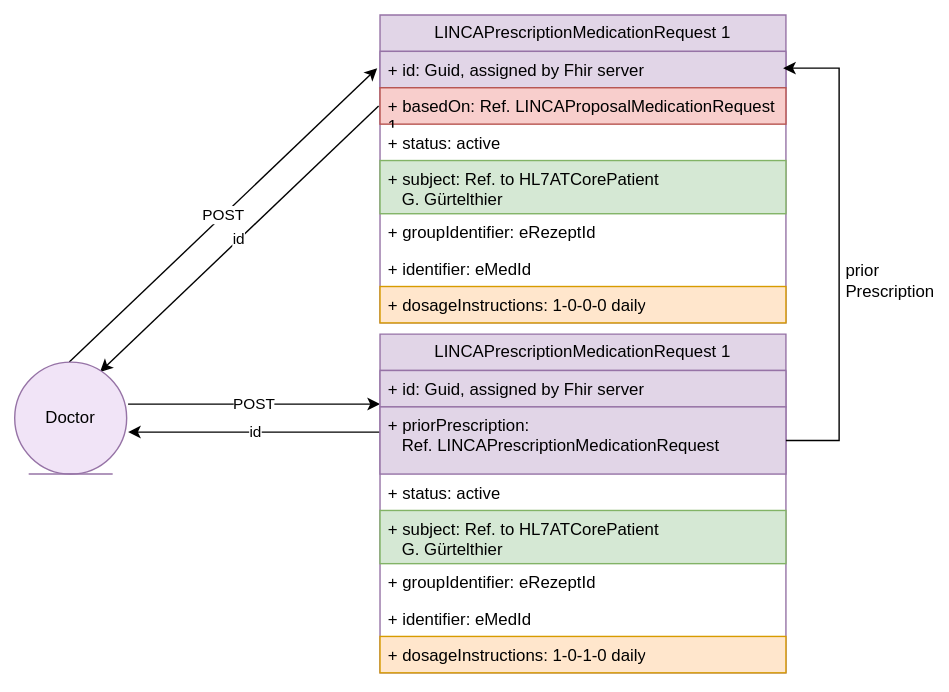
Above: r5-LinkedCare-dev/UserStory_012_diagram.svg in HL7Austria/hl7austria.github.io (draw.io), before the change. Source tidied: cells renumbered, new cells last; positions are measured from the earlier drawing's top-left corner, leaving out a move shared by most shapes.
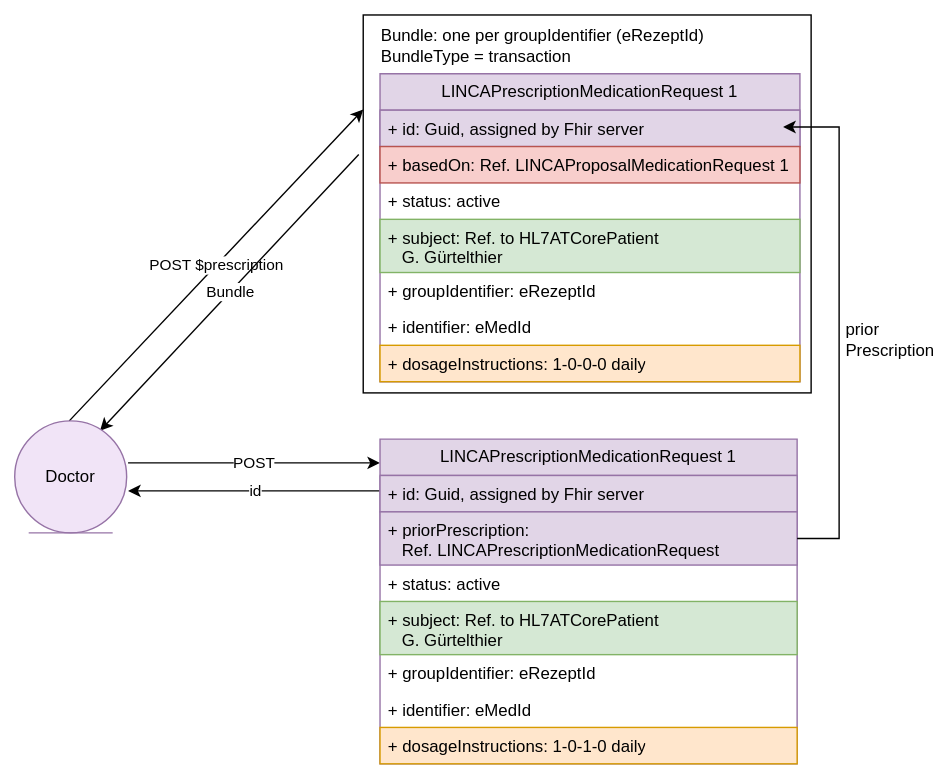
After the commit.

Diff of the diagram source:
```diff
@@ -2,6 +2,9 @@
   <root>
     <mxCell id="0" />
     <mxCell id="1" parent="0" />
+    <mxCell id="25" style="rounded=0;whiteSpace=wrap;html=1;" parent="1" vertex="1">
+      <mxGeometry x="249" y="-42" width="320" height="270" as="geometry" />
+    </mxCell>
     <mxCell id="2" value="POST" style="endArrow=classic;html=1;rounded=0;" parent="1" edge="1">
       <mxGeometry relative="1" as="geometry">
         <mxPoint x="81" y="278" as="sourcePoint" />
@@ -9,28 +12,28 @@
       </mxGeometry>
     </mxCell>
     <mxCell id="3" value="LINCAPrescriptionMedicationRequest 1" style="swimlane;fontStyle=0;horizontal=1;startSize=26;fillColor=#e1d5e7;whiteSpace=wrap;html=1;strokeColor=#9673a6;" parent="1" vertex="1">
-      <mxGeometry x="261" width="290" height="220" as="geometry" />
+      <mxGeometry x="261" width="300" height="220" as="geometry" />
     </mxCell>
     <mxCell id="4" value="+ id: Guid, assigned by Fhir server" style="text;strokeColor=#9673a6;fillColor=#e1d5e7;align=left;verticalAlign=top;spacingLeft=4;spacingRight=4;overflow=hidden;whiteSpace=wrap;html=1;" parent="3" vertex="1">
-      <mxGeometry y="26" width="290" height="26" as="geometry" />
+      <mxGeometry y="26" width="300" height="26" as="geometry" />
     </mxCell>
     <mxCell id="5" value="+ basedOn: Ref. LINCAProposalMedicationRequest 1" style="text;strokeColor=#b85450;fillColor=#f8cecc;align=left;verticalAlign=top;spacingLeft=4;spacingRight=4;overflow=hidden;whiteSpace=wrap;html=1;" parent="3" vertex="1">
-      <mxGeometry y="52" width="290" height="26" as="geometry" />
+      <mxGeometry y="52" width="300" height="26" as="geometry" />
     </mxCell>
     <mxCell id="6" value="+ status: active" style="text;align=left;verticalAlign=top;spacingLeft=4;spacingRight=4;overflow=hidden;whiteSpace=wrap;html=1;" parent="3" vertex="1">
-      <mxGeometry y="78" width="290" height="26" as="geometry" />
+      <mxGeometry y="78" width="300" height="26" as="geometry" />
     </mxCell>
     <mxCell id="7" value="+ subject: Ref. to HL7ATCorePatient&amp;nbsp; &lt;br&gt;&amp;nbsp; &amp;nbsp;G. Gürtelthier" style="text;strokeColor=#82b366;fillColor=#d5e8d4;align=left;verticalAlign=top;spacingLeft=4;spacingRight=4;overflow=hidden;whiteSpace=wrap;html=1;" parent="3" vertex="1">
-      <mxGeometry y="104" width="290" height="38" as="geometry" />
+      <mxGeometry y="104" width="300" height="38" as="geometry" />
     </mxCell>
     <mxCell id="8" value="+ groupIdentifier: eRezeptId" style="text;align=left;verticalAlign=top;spacingLeft=4;spacingRight=4;overflow=hidden;whiteSpace=wrap;html=1;" parent="3" vertex="1">
-      <mxGeometry y="142" width="290" height="26" as="geometry" />
+      <mxGeometry y="142" width="300" height="26" as="geometry" />
     </mxCell>
     <mxCell id="9" value="+ identifier: eMedId" style="text;align=left;verticalAlign=top;spacingLeft=4;spacingRight=4;overflow=hidden;whiteSpace=wrap;html=1;" parent="3" vertex="1">
-      <mxGeometry y="168" width="290" height="26" as="geometry" />
+      <mxGeometry y="168" width="300" height="26" as="geometry" />
     </mxCell>
     <mxCell id="10" value="+ dosageInstructions: 1-0-0-0 daily" style="text;align=left;verticalAlign=top;spacingLeft=4;spacingRight=4;overflow=hidden;whiteSpace=wrap;html=1;fillColor=#ffe6cc;strokeColor=#d79b00;" parent="3" vertex="1">
-      <mxGeometry y="194" width="290" height="26" as="geometry" />
+      <mxGeometry y="194" width="300" height="26" as="geometry" />
     </mxCell>
     <mxCell id="11" value="id" style="endArrow=classic;html=1;rounded=0;exitX=0;exitY=0.5;exitDx=0;exitDy=0;" parent="1" edge="1">
       <mxGeometry relative="1" as="geometry">
@@ -39,34 +42,34 @@
       </mxGeometry>
     </mxCell>
     <mxCell id="12" value="LINCAPrescriptionMedicationRequest 1" style="swimlane;fontStyle=0;horizontal=1;startSize=26;fillColor=#e1d5e7;whiteSpace=wrap;html=1;strokeColor=#9673a6;" parent="1" vertex="1">
-      <mxGeometry x="261" y="228" width="290" height="242" as="geometry" />
+      <mxGeometry x="261" y="261" width="298" height="232" as="geometry" />
     </mxCell>
     <mxCell id="13" value="+ id: Guid, assigned by Fhir server" style="text;strokeColor=#9673a6;fillColor=#e1d5e7;align=left;verticalAlign=top;spacingLeft=4;spacingRight=4;overflow=hidden;whiteSpace=wrap;html=1;" parent="12" vertex="1">
-      <mxGeometry y="26" width="290" height="26" as="geometry" />
+      <mxGeometry y="26" width="298" height="26" as="geometry" />
     </mxCell>
     <mxCell id="14" value="+ priorPrescription: &lt;br&gt;&amp;nbsp; &amp;nbsp;Ref. LINCAPrescriptionMedicationRequest" style="text;strokeColor=#9673a6;fillColor=#e1d5e7;align=left;verticalAlign=top;spacingLeft=4;spacingRight=4;overflow=hidden;points=[[0,0.5],[1,0.5]];portConstraint=eastwest;whiteSpace=wrap;html=1;" parent="12" vertex="1">
-      <mxGeometry y="52" width="290" height="48" as="geometry" />
+      <mxGeometry y="52" width="298" height="38" as="geometry" />
     </mxCell>
     <mxCell id="15" value="+ status: active" style="text;align=left;verticalAlign=top;spacingLeft=4;spacingRight=4;overflow=hidden;whiteSpace=wrap;html=1;" parent="12" vertex="1">
-      <mxGeometry y="100" width="290" height="26" as="geometry" />
+      <mxGeometry y="90" width="298" height="26" as="geometry" />
     </mxCell>
     <mxCell id="16" value="+ subject: Ref. to HL7ATCorePatient&amp;nbsp; &lt;br&gt;&amp;nbsp; &amp;nbsp;G. Gürtelthier" style="text;strokeColor=#82b366;fillColor=#d5e8d4;align=left;verticalAlign=top;spacingLeft=4;spacingRight=4;overflow=hidden;whiteSpace=wrap;html=1;" parent="12" vertex="1">
-      <mxGeometry y="126" width="290" height="38" as="geometry" />
+      <mxGeometry y="116" width="298" height="38" as="geometry" />
     </mxCell>
     <mxCell id="17" value="+ groupIdentifier: eRezeptId" style="text;align=left;verticalAlign=top;spacingLeft=4;spacingRight=4;overflow=hidden;whiteSpace=wrap;html=1;" parent="12" vertex="1">
-      <mxGeometry y="164" width="290" height="26" as="geometry" />
+      <mxGeometry y="154" width="298" height="26" as="geometry" />
     </mxCell>
     <mxCell id="18" value="+ identifier: eMedId" style="text;align=left;verticalAlign=top;spacingLeft=4;spacingRight=4;overflow=hidden;whiteSpace=wrap;html=1;" parent="12" vertex="1">
-      <mxGeometry y="190" width="290" height="26" as="geometry" />
+      <mxGeometry y="180" width="298" height="26" as="geometry" />
     </mxCell>
     <mxCell id="19" value="+ dosageInstructions: 1-0-1-0 daily" style="text;align=left;verticalAlign=top;spacingLeft=4;spacingRight=4;overflow=hidden;whiteSpace=wrap;html=1;fillColor=#ffe6cc;strokeColor=#d79b00;" parent="12" vertex="1">
-      <mxGeometry y="216" width="290" height="26" as="geometry" />
+      <mxGeometry y="206" width="298" height="26" as="geometry" />
     </mxCell>
     <mxCell id="20" style="endArrow=classic;html=1;rounded=0;exitX=1;exitY=0.5;exitDx=0;exitDy=0;" parent="1" edge="1" source="14">
       <mxGeometry relative="1" as="geometry">
         <mxPoint x="549" y="38" as="targetPoint" />
         <Array as="points">
-          <mxPoint x="589" y="304" />
+          <mxPoint x="589" y="332" />
           <mxPoint x="589" y="38" />
         </Array>
       </mxGeometry>
@@ -74,20 +77,21 @@
     <mxCell id="21" value="prior&lt;br&gt;Prescription" style="text;html=1;strokeColor=none;fillColor=none;align=left;verticalAlign=left;whiteSpace=wrap;rounded=0;" parent="1" vertex="1">
       <mxGeometry x="592" y="168" width="60" height="30" as="geometry" />
     </mxCell>
-    <mxCell id="22" value="POST" style="endArrow=classic;html=1;rounded=0;" parent="1" edge="1">
+    <mxCell id="22" value="POST $prescription" style="endArrow=classic;html=1;rounded=0;entryX=0;entryY=0.25;entryDx=0;entryDy=0;" parent="1" edge="1" target="25">
       <mxGeometry relative="1" as="geometry">
         <mxPoint x="39" y="248" as="sourcePoint" />
-        <mxPoint x="259" y="38" as="targetPoint" />
       </mxGeometry>
     </mxCell>
-    <mxCell id="23" value="id" style="endArrow=classic;html=1;rounded=0;" parent="1" edge="1">
+    <mxCell id="23" value="Bundle" style="endArrow=classic;html=1;rounded=0;exitX=-0.01;exitY=0.369;exitDx=0;exitDy=0;exitPerimeter=0;" parent="1" edge="1" source="25">
       <mxGeometry relative="1" as="geometry">
-        <mxPoint x="260" y="65" as="sourcePoint" />
         <mxPoint x="61" y="255" as="targetPoint" />
       </mxGeometry>
     </mxCell>
     <mxCell id="24" value="Doctor" style="ellipse;shape=umlEntity;whiteSpace=wrap;html=1;fillColor=#F1E4F7;strokeColor=#9673a6;" parent="1" vertex="1">
       <mxGeometry y="248" width="80" height="80" as="geometry" />
     </mxCell>
+    <mxCell id="26" value="Bundle: one per groupIdentifier (eRezeptId)&lt;br&gt;BundleType = transaction" style="text;html=1;strokeColor=none;fillColor=none;align=left;verticalAlign=middle;whiteSpace=wrap;rounded=0;" parent="1" vertex="1">
+      <mxGeometry x="260" y="-35" width="249" height="30" as="geometry" />
+    </mxCell>
   </root>
 </mxGraphModel>
```
